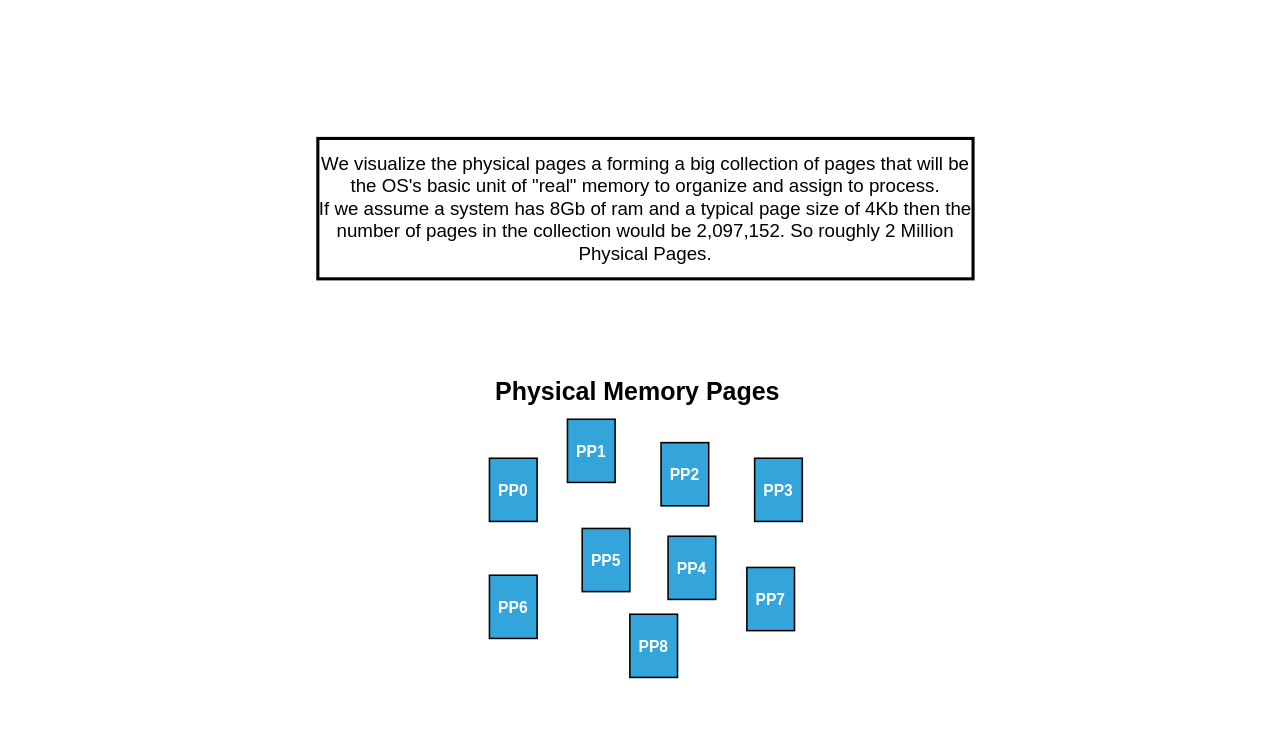
jappavoo/UndertheCovers keeps this draw.io diagram as page "PhysMem-004" (4 of 9) of underthecovers/images/src/VMM.drawio. Above is the earlier version. Source tidied: cells renumbered, new cells numbered last; positions are measured from the earlier drawing's top-left corner, leaving out a move shared by most shapes. Both pictures are drawn from the tidied source at 78%, with x=0, y=0 at pixel (317, 138).
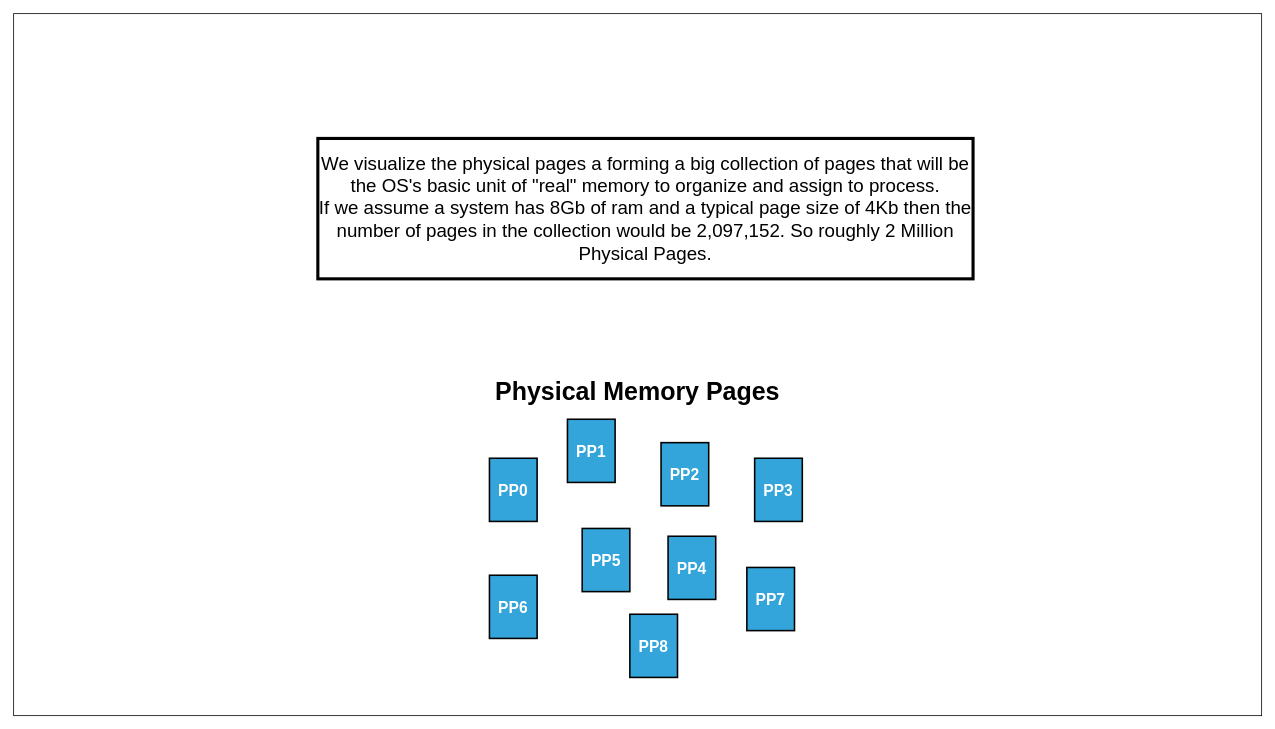
The same page after the edit.

Diff of the diagram source:
```diff
@@
 <mxGraphModel>
   <root>
     <mxCell id="0" />
     <mxCell id="1" parent="0" />
+    <mxCell id="13" style="rounded=0;whiteSpace=wrap;html=1;fontSize=20;fillColor=default;" parent="1" vertex="1">
+      <mxGeometry x="-390" y="-160" width="1600" height="900" as="geometry" />
+    </mxCell>
     <mxCell id="2" value="We visualize the physical pages a forming a big collection of pages that will be the OS's basic unit of &quot;real&quot; memory to organize and assign to process.&lt;br&gt;If we assume a system has 8Gb of ram and a typical page size of 4Kb then the number of pages in the collection would be 2,097,152. So roughly 2 Million Physical Pages." style="rounded=0;whiteSpace=wrap;html=1;strokeWidth=4;fontSize=24;" parent="1" vertex="1">
       <mxGeometry width="840" height="180" as="geometry" />
     </mxCell>
     <mxCell id="3" value="Physical Memory Pages" style="text;html=1;strokeColor=none;fillColor=none;align=center;verticalAlign=middle;whiteSpace=wrap;rounded=0;strokeWidth=4;fontSize=32;fontStyle=1;" parent="1" vertex="1">
       <mxGeometry x="210" y="310" width="400" height="30" as="geometry" />
     </mxCell>
     <mxCell id="4" value="&lt;font style=&quot;font-size: 20px;&quot;&gt;PP0&lt;/font&gt;" style="rounded=0;whiteSpace=wrap;html=1;strokeWidth=2;fillColor=#34A5DA;fontColor=#FFFFFF;fontSize=20;fontStyle=1;" parent="1" vertex="1">
       <mxGeometry x="220" y="410" width="61.1" height="81" as="geometry" />
     </mxCell>
     <mxCell id="5" value="PP1" style="rounded=0;whiteSpace=wrap;html=1;strokeWidth=2;fillColor=#34A5DA;fontSize=20;fontColor=#FFFFFF;fontStyle=1;" parent="1" vertex="1">
       <mxGeometry x="320" y="360" width="61.1" height="81" as="geometry" />
     </mxCell>
     <mxCell id="6" value="PP2" style="rounded=0;whiteSpace=wrap;html=1;strokeWidth=2;fillColor=#34A5DA;fontSize=20;fontColor=#FFFFFF;fontStyle=1;" parent="1" vertex="1">
       <mxGeometry x="440" y="390" width="61.1" height="81" as="geometry" />
     </mxCell>
     <mxCell id="7" value="PP3" style="rounded=0;whiteSpace=wrap;html=1;strokeWidth=2;fillColor=#34A5DA;fontSize=20;fontColor=#FFFFFF;fontStyle=1;" parent="1" vertex="1">
       <mxGeometry x="560" y="410" width="61.1" height="81" as="geometry" />
     </mxCell>
     <mxCell id="8" value="PP4" style="rounded=0;whiteSpace=wrap;html=1;strokeWidth=2;fillColor=#34A5DA;fontSize=20;fontColor=#FFFFFF;fontStyle=1;" parent="1" vertex="1">
       <mxGeometry x="449" y="510" width="61.1" height="81" as="geometry" />
     </mxCell>
     <mxCell id="9" value="PP5" style="rounded=0;whiteSpace=wrap;html=1;strokeWidth=2;fillColor=#34A5DA;fontSize=20;fontColor=#FFFFFF;fontStyle=1;" parent="1" vertex="1">
       <mxGeometry x="338.9" y="500" width="61.1" height="81" as="geometry" />
     </mxCell>
     <mxCell id="10" value="PP6" style="rounded=0;whiteSpace=wrap;html=1;strokeWidth=2;fillColor=#34A5DA;fontSize=20;fontColor=#FFFFFF;fontStyle=1;" parent="1" vertex="1">
       <mxGeometry x="220" y="560" width="61.1" height="81" as="geometry" />
     </mxCell>
     <mxCell id="11" value="PP7" style="rounded=0;whiteSpace=wrap;html=1;strokeWidth=2;fillColor=#34A5DA;fontSize=20;fontColor=#FFFFFF;fontStyle=1;" parent="1" vertex="1">
       <mxGeometry x="550" y="550" width="61.1" height="81" as="geometry" />
     </mxCell>
     <mxCell id="12" value="PP8" style="rounded=0;whiteSpace=wrap;html=1;strokeWidth=2;fillColor=#34A5DA;fontSize=20;fontColor=#FFFFFF;fontStyle=1;" parent="1" vertex="1">
       <mxGeometry x="400" y="610" width="61.1" height="81" as="geometry" />
     </mxCell>
   </root>
 </mxGraphModel>
```
